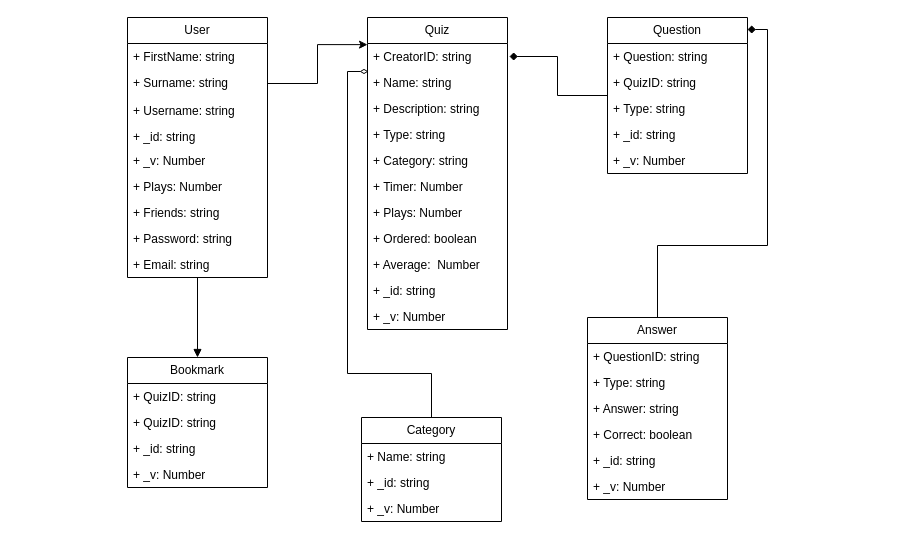
AksharNana/QuizPlatform-Docs keeps this draw.io diagram as views/Untitled Diagram.drawio. Above is the earlier version. Source tidied: cells renumbered, new cells numbered last; positions are measured from the earlier drawing's top-left corner, leaving out a move shared by most shapes. Both pictures are drawn from the tidied source at 100%, with x=0, y=0 at pixel (127, 17).
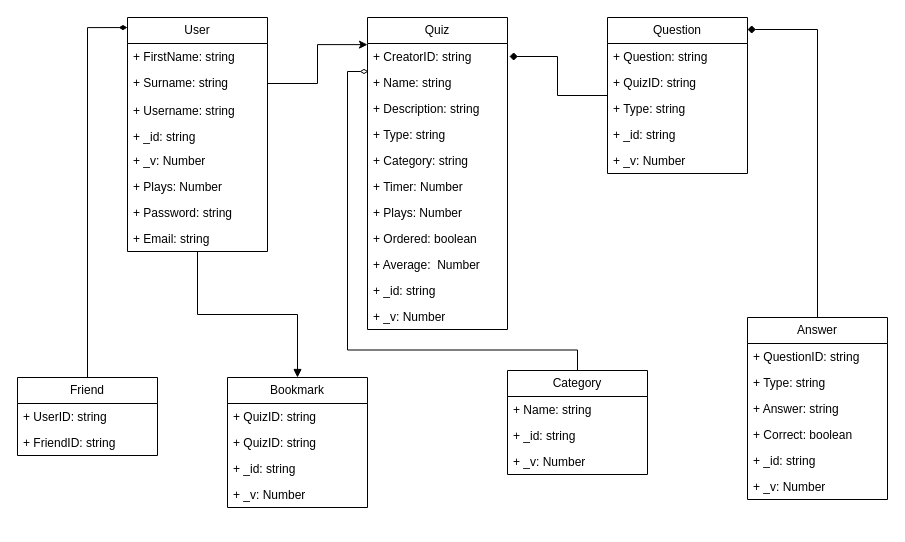
The same page after the edit.

Diff of the diagram source:
```diff
@@
     <mxCell id="3" value="User" style="swimlane;fontStyle=0;horizontal=1;startSize=26;fillColor=none;whiteSpace=wrap;html=1;" parent="1" vertex="1">
-      <mxGeometry width="140" height="260" as="geometry" />
+      <mxGeometry width="140" height="234" as="geometry" />
     </mxCell>
@@
-    <mxCell id="10" value="+ Friends: string" style="text;strokeColor=none;fillColor=none;align=left;verticalAlign=top;spacingLeft=4;spacingRight=4;overflow=hidden;whiteSpace=wrap;html=1;" parent="3" vertex="1">
-      <mxGeometry y="182" width="140" height="26" as="geometry" />
-    </mxCell>
     <mxCell id="11" value="+ Password: string" style="text;strokeColor=none;fillColor=none;align=left;verticalAlign=top;spacingLeft=4;spacingRight=4;overflow=hidden;whiteSpace=wrap;html=1;" parent="3" vertex="1">
-      <mxGeometry y="208" width="140" height="26" as="geometry" />
+      <mxGeometry y="182" width="140" height="26" as="geometry" />
     </mxCell>
     <mxCell id="12" value="+ Email: string" style="text;strokeColor=none;fillColor=none;align=left;verticalAlign=top;spacingLeft=4;spacingRight=4;overflow=hidden;whiteSpace=wrap;html=1;" parent="3" vertex="1">
-      <mxGeometry y="234" width="140" height="26" as="geometry" />
+      <mxGeometry y="208" width="140" height="26" as="geometry" />
     </mxCell>
@@
     <mxCell id="33" value="Answer" style="swimlane;fontStyle=0;horizontal=1;startSize=26;fillColor=none;whiteSpace=wrap;html=1;" parent="1" vertex="1">
-      <mxGeometry x="460" y="300" width="140" height="182" as="geometry" />
+      <mxGeometry x="620" y="300" width="140" height="182" as="geometry" />
     </mxCell>
@@
     <mxCell id="41" value="Category" style="swimlane;fontStyle=0;horizontal=1;startSize=26;fillColor=none;whiteSpace=wrap;html=1;" parent="1" vertex="1">
-      <mxGeometry x="234" y="400" width="140" height="104" as="geometry" />
+      <mxGeometry x="380" y="353" width="140" height="104" as="geometry" />
     </mxCell>
@@
     <mxCell id="45" value="Bookmark" style="swimlane;fontStyle=0;horizontal=1;startSize=26;fillColor=none;whiteSpace=wrap;html=1;" parent="1" vertex="1">
-      <mxGeometry y="340" width="140" height="130" as="geometry" />
+      <mxGeometry x="100" y="360" width="140" height="130" as="geometry" />
     </mxCell>
@@
+    <mxCell id="51" style="edgeStyle=orthogonalEdgeStyle;rounded=0;jettySize=auto;html=1;exitX=0.5;exitY=0;exitDx=0;exitDy=0;entryX=0;entryY=0.043;entryDx=0;entryDy=0;entryPerimeter=0;endArrow=diamondThin;endFill=1;" parent="1" edge="1" source="52" target="3">
+      <mxGeometry relative="1" as="geometry" />
+    </mxCell>
+    <mxCell id="52" value="Friend" style="swimlane;fontStyle=0;horizontal=1;startSize=26;fillColor=none;whiteSpace=wrap;html=1;" parent="1" vertex="1">
+      <mxGeometry x="-110" y="360" width="140" height="78" as="geometry" />
+    </mxCell>
+    <mxCell id="53" value="+ UserID: string" style="text;strokeColor=none;fillColor=none;align=left;verticalAlign=top;spacingLeft=4;spacingRight=4;overflow=hidden;whiteSpace=wrap;html=1;" parent="52" vertex="1">
+      <mxGeometry y="26" width="140" height="26" as="geometry" />
+    </mxCell>
+    <mxCell id="54" value="+ FriendID: string" style="text;strokeColor=none;fillColor=none;align=left;verticalAlign=top;spacingLeft=4;spacingRight=4;overflow=hidden;whiteSpace=wrap;html=1;" parent="52" vertex="1">
+      <mxGeometry y="52" width="140" height="26" as="geometry" />
+    </mxCell>
```
